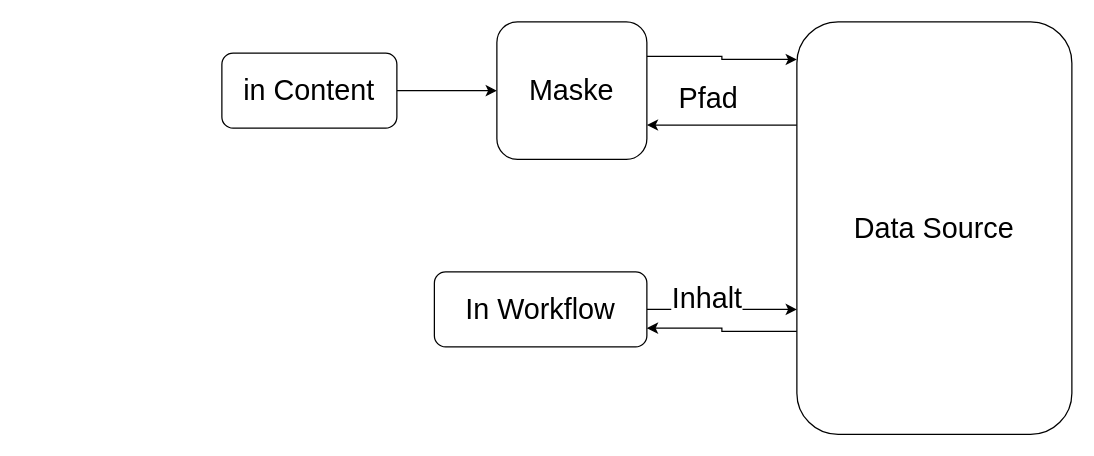
This is DS Diagram.drawio from masteryijian/Hallo-World-, a draw.io file, before an edit. Source tidied: cells renumbered, new cells numbered last; positions are measured from the earlier drawing's top-left corner, leaving out a move shared by most shapes. Both pictures are drawn from the tidied source at 125%, with x=0, y=0 at pixel (221, 21).
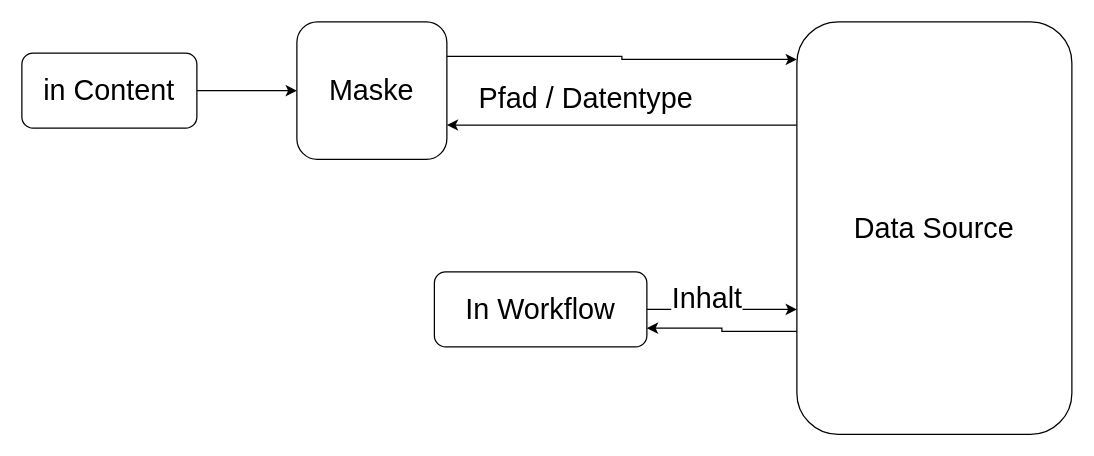
The same page after the edit.

What changed in the source:
```diff
@@
 <mxGraphModel>
   <root>
     <mxCell id="0" />
     <mxCell id="1" parent="0" />
     <mxCell id="2" style="edgeStyle=orthogonalEdgeStyle;rounded=0;jettySize=auto;html=1;fontSize=23;" parent="1" edge="1" source="3" target="6">
       <mxGeometry relative="1" as="geometry" />
     </mxCell>
     <mxCell id="3" value="in Content" style="rounded=1;whiteSpace=wrap;html=1;fontSize=23;" parent="1" vertex="1">
-      <mxGeometry y="25" width="140" height="60" as="geometry" />
+      <mxGeometry x="-160" y="25" width="140" height="60" as="geometry" />
     </mxCell>
     <mxCell id="4" style="edgeStyle=orthogonalEdgeStyle;rounded=0;jettySize=auto;html=1;entryX=0;entryY=0.091;entryDx=0;entryDy=0;entryPerimeter=0;exitX=1;exitY=0.25;exitDx=0;exitDy=0;fontSize=23;" parent="1" edge="1" source="6" target="9">
       <mxGeometry relative="1" as="geometry" />
     </mxCell>
-    <mxCell id="5" value="Pfad" style="edgeLabel;html=1;align=center;verticalAlign=middle;fontSize=23;" parent="4" vertex="1">
+    <mxCell id="5" value="Pfad / Datentype" style="edgeLabel;html=1;align=center;verticalAlign=middle;fontSize=23;" parent="4" vertex="1">
       <mxGeometry x="-0.22" y="2" relative="1" as="geometry">
         <mxPoint y="34.5" as="offset" />
       </mxGeometry>
     </mxCell>
     <mxCell id="6" value="Maske" style="rounded=1;whiteSpace=wrap;html=1;fontSize=23;" parent="1" vertex="1">
-      <mxGeometry x="220" width="120" height="110" as="geometry" />
+      <mxGeometry x="60" width="120" height="110" as="geometry" />
     </mxCell>
     <mxCell id="7" style="edgeStyle=orthogonalEdgeStyle;rounded=0;jettySize=auto;html=1;exitX=0;exitY=0.25;exitDx=0;exitDy=0;entryX=1;entryY=0.75;entryDx=0;entryDy=0;fontSize=23;" parent="1" edge="1" source="9" target="6">
       <mxGeometry relative="1" as="geometry" />
     </mxCell>
     <mxCell id="8" style="edgeStyle=orthogonalEdgeStyle;rounded=0;jettySize=auto;html=1;exitX=0;exitY=0.75;exitDx=0;exitDy=0;entryX=1;entryY=0.75;entryDx=0;entryDy=0;fontSize=23;" parent="1" edge="1" source="9" target="12">
       <mxGeometry relative="1" as="geometry" />
     </mxCell>
     <mxCell id="9" value="Data Source" style="rounded=1;whiteSpace=wrap;html=1;fontSize=23;" parent="1" vertex="1">
       <mxGeometry x="460" width="220" height="330" as="geometry" />
     </mxCell>
     <mxCell id="10" style="edgeStyle=orthogonalEdgeStyle;rounded=0;jettySize=auto;html=1;entryX=0;entryY=0.697;entryDx=0;entryDy=0;entryPerimeter=0;fontSize=23;" parent="1" edge="1" source="12" target="9">
       <mxGeometry relative="1" as="geometry" />
     </mxCell>
     <mxCell id="11" value="Inhalt" style="edgeLabel;html=1;align=center;verticalAlign=middle;fontSize=23;" parent="10" vertex="1">
       <mxGeometry x="-0.22" y="-2" relative="1" as="geometry">
         <mxPoint y="-12" as="offset" />
       </mxGeometry>
     </mxCell>
     <mxCell id="12" value="In Workflow" style="rounded=1;whiteSpace=wrap;html=1;fontSize=23;" parent="1" vertex="1">
       <mxGeometry x="170" y="200" width="170" height="60" as="geometry" />
     </mxCell>
   </root>
 </mxGraphModel>
```
